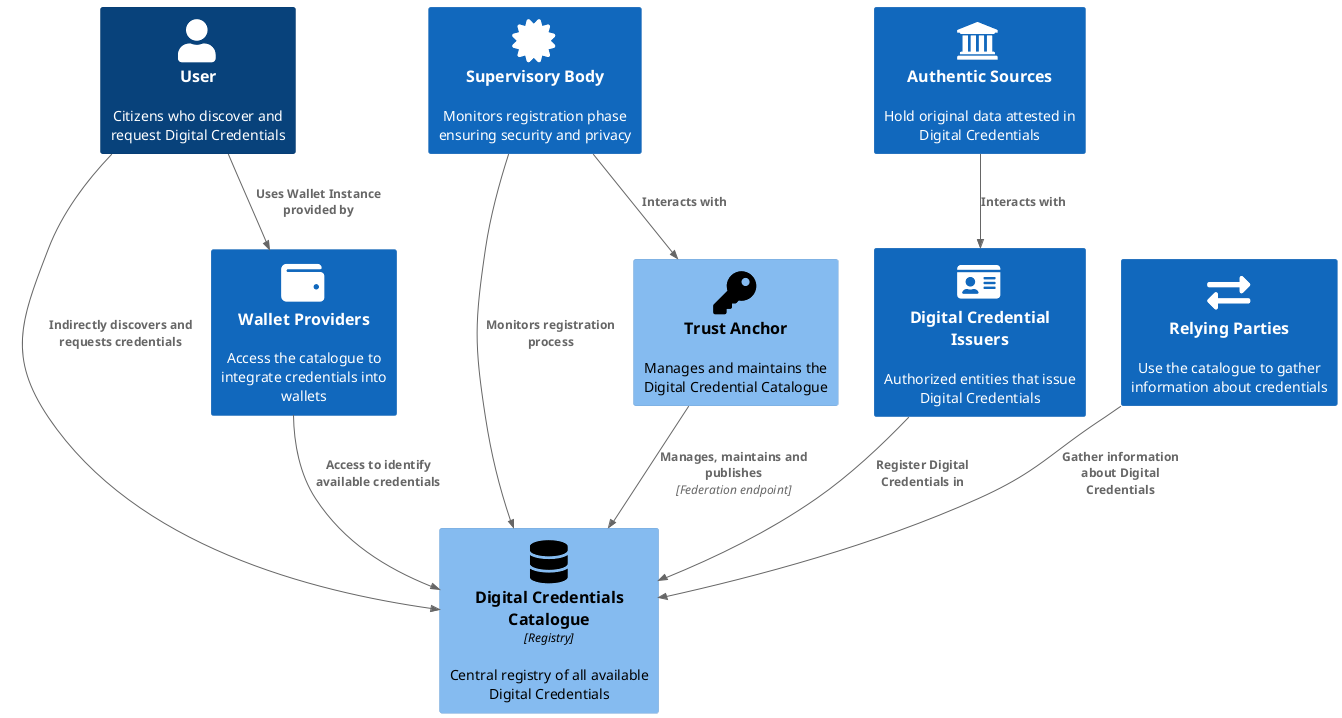
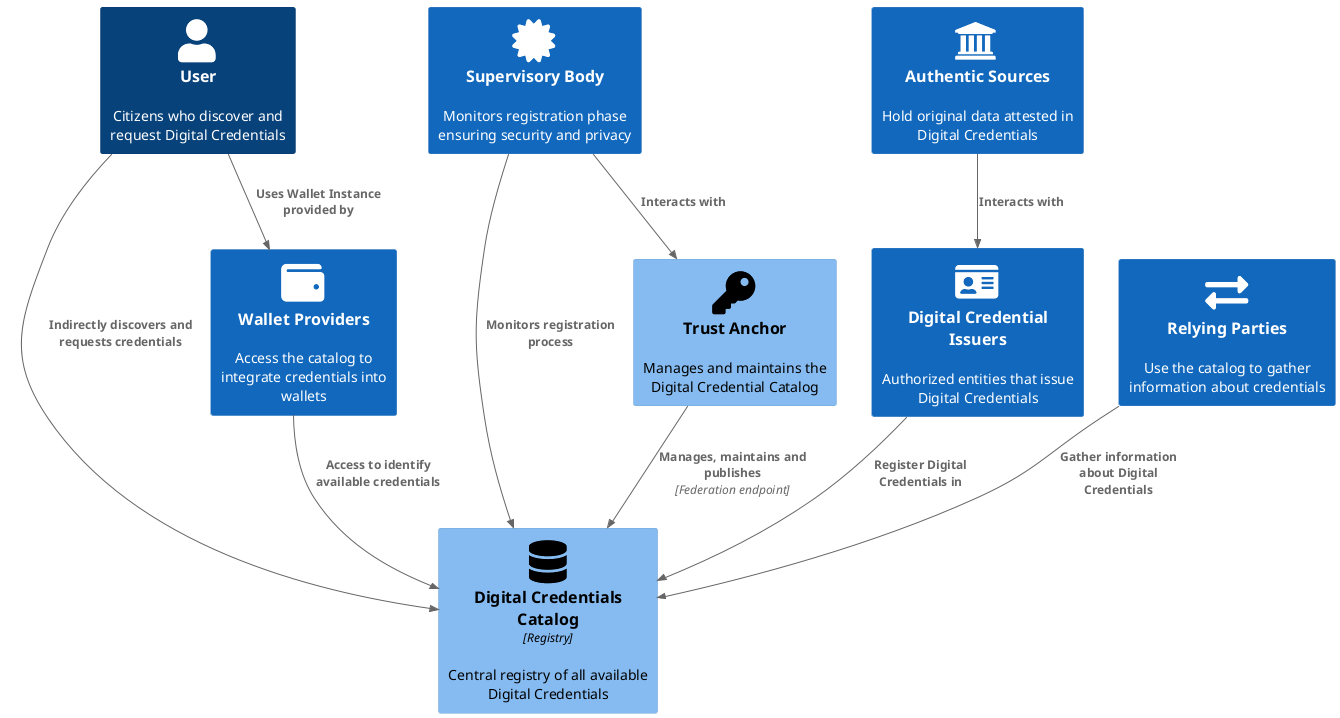
- @startuml Digital Credential Catalogue Entities
+ @startuml Digital Credential Catalog Entities
!include <C4/C4_Component>

' Define SPRITES
!include <tupadr3/common>
!include <tupadr3/font-awesome-5/certificate>
!include <tupadr3/font-awesome-5/database>
!include <tupadr3/font-awesome-5/lock>
!include <tupadr3/font-awesome-5/users>
!include <tupadr3/font-awesome-5/cogs>
!include <tupadr3/font-awesome-5/server>
!include <tupadr3/font-awesome-5/key>
!include <tupadr3/font-awesome-5/user>
!include <tupadr3/font-awesome-5/id_card>
!include <tupadr3/font-awesome-5/exchange_alt>
!include <tupadr3/font-awesome-5/desktop>
!include <tupadr3/font-awesome-5/wallet>
!include <tupadr3/font-awesome/institution>


- Component(catalogue, "Digital Credentials Catalogue", "Registry", "Central registry of all available Digital Credentials", $sprite="database")
+ Component(catalog, "Digital Credentials Catalog", "Registry", "Central registry of all available Digital Credentials", $sprite="database")


Person(user, "User", "Citizens who discover and request Digital Credentials", $sprite="user")
- Component(trustAnchor, "Trust Anchor", "", "Manages and maintains the Digital Credential Catalogue", $sprite="key")
+ Component(trustAnchor, "Trust Anchor", "", "Manages and maintains the Digital Credential Catalog", $sprite="key")
System(supervisoryBody, "Supervisory Body", "Monitors registration phase ensuring security and privacy", $sprite="certificate")
System(issuers, "Digital Credential Issuers", "Authorized entities that issue Digital Credentials", $sprite="id_card")
- System(relyingParties, "Relying Parties", "Use the catalogue to gather information about credentials", $sprite="exchange_alt")
- System(walletProviders, "Wallet Providers", "Access the catalogue to integrate credentials into wallets", $sprite="wallet")
+ System(relyingParties, "Relying Parties", "Use the catalog to gather information about credentials", $sprite="exchange_alt")
+ System(walletProviders, "Wallet Providers", "Access the catalog to integrate credentials into wallets", $sprite="wallet")
System(authenticSources, "Authentic Sources", "Hold original data attested in Digital Credentials", $sprite="institution")

- Rel(trustAnchor, catalogue, "Manages, maintains and publishes", "Federation endpoint")
+ Rel(trustAnchor, catalog, "Manages, maintains and publishes", "Federation endpoint")
Rel(supervisoryBody, trustAnchor, "Interacts with")
- Rel(supervisoryBody, catalogue, "Monitors registration process")
- Rel(issuers, catalogue, "Register Digital Credentials in")
+ Rel(supervisoryBody, catalog, "Monitors registration process")
+ Rel(issuers, catalog, "Register Digital Credentials in")
Rel(authenticSources, issuers, "Interacts with")
- Rel(relyingParties, catalogue, "Gather information about Digital Credentials")
- Rel(walletProviders, catalogue, "Access to identify available credentials")
+ Rel(relyingParties, catalog, "Gather information about Digital Credentials")
+ Rel(walletProviders, catalog, "Access to identify available credentials")
Rel(user, walletProviders, "Uses Wallet Instance provided by")
- Rel_D(user, catalogue, "Indirectly discovers and requests credentials")
+ Rel_D(user, catalog, "Indirectly discovers and requests credentials")
@enduml